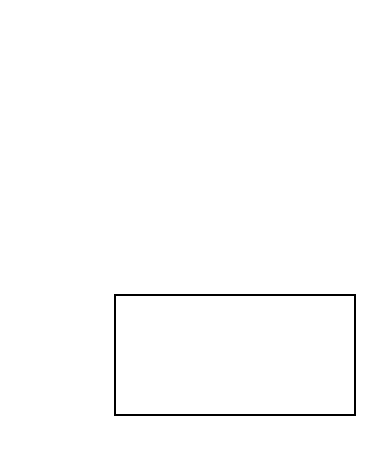
Above: Untitled Diagram.drawio in parzival-3x/MuseumDBProject (draw.io), before the change. Source tidied: cells renumbered, new cells numbered last; positions are measured from the earlier drawing's top-left corner, leaving out a move shared by most shapes. Both pictures are drawn from the tidied source at 200%, with x=0, y=0 at pixel (114, 294).
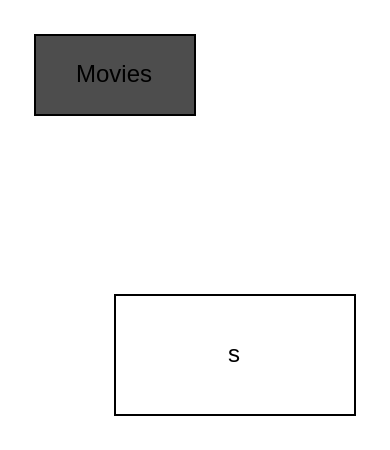
After the change.

The edit, as a diff of the source:
```diff
@@
 <mxGraphModel>
   <root>
     <mxCell id="0" />
     <mxCell id="1" parent="0" />
-    <mxCell id="2" style="rounded=0;whiteSpace=wrap;html=1;" parent="1" vertex="1">
+    <mxCell id="2" value="s" style="rounded=0;whiteSpace=wrap;html=1;" parent="1" vertex="1">
       <mxGeometry width="120" height="60" as="geometry" />
     </mxCell>
+    <mxCell id="3" value="Movies" style="rounded=0;whiteSpace=wrap;html=1;labelBackgroundColor=#4D4D4D;fillColor=#4D4D4D;" parent="1" vertex="1">
+      <mxGeometry x="-40" y="-130" width="80" height="40" as="geometry" />
+    </mxCell>
   </root>
 </mxGraphModel>
```
